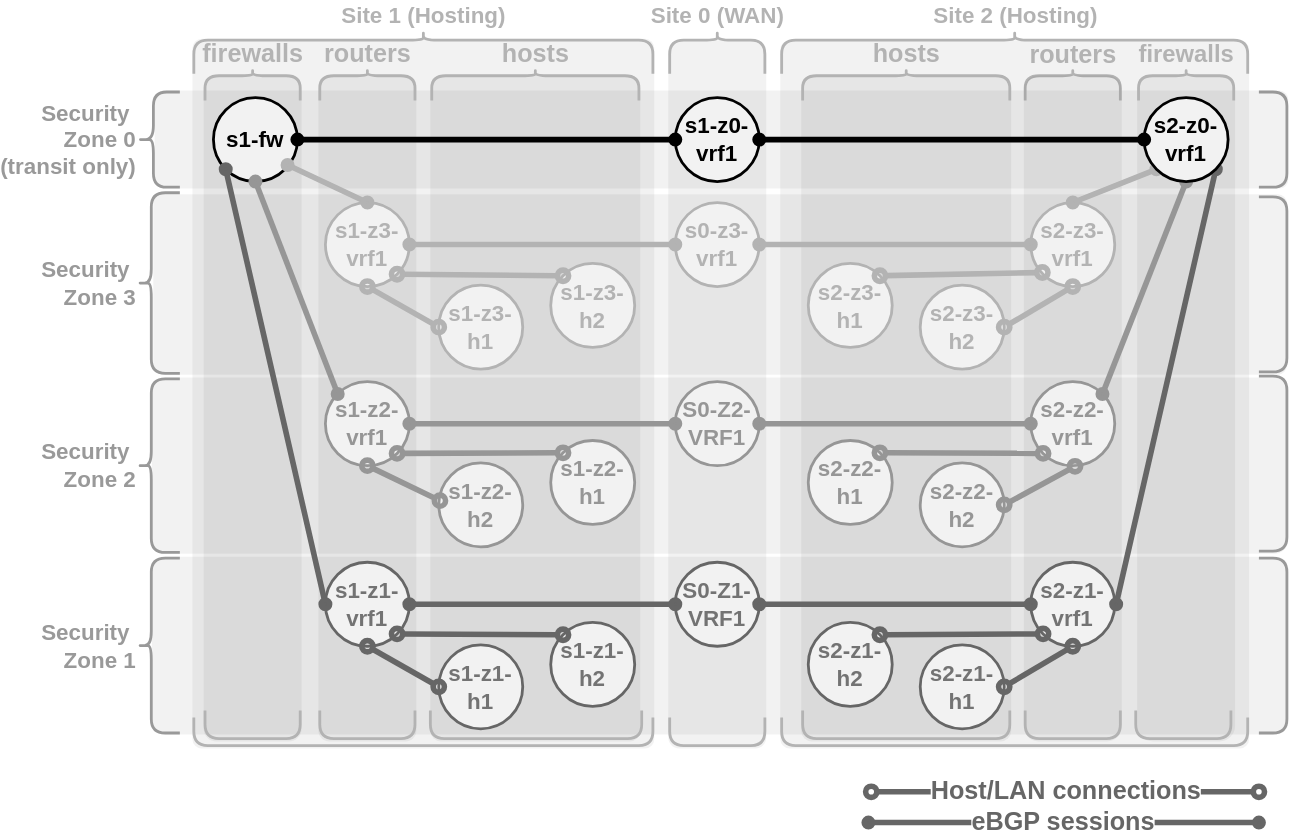
Before: pages/1/3(ecmp-symmetric)/framework-algo-2-b.drawio.svg, a diagram exported from draw.io (menckend/alpha). Source tidied: cells renumbered, new cells last; positions are measured from the earlier drawing's top-left corner, leaving out a move shared by most shapes.
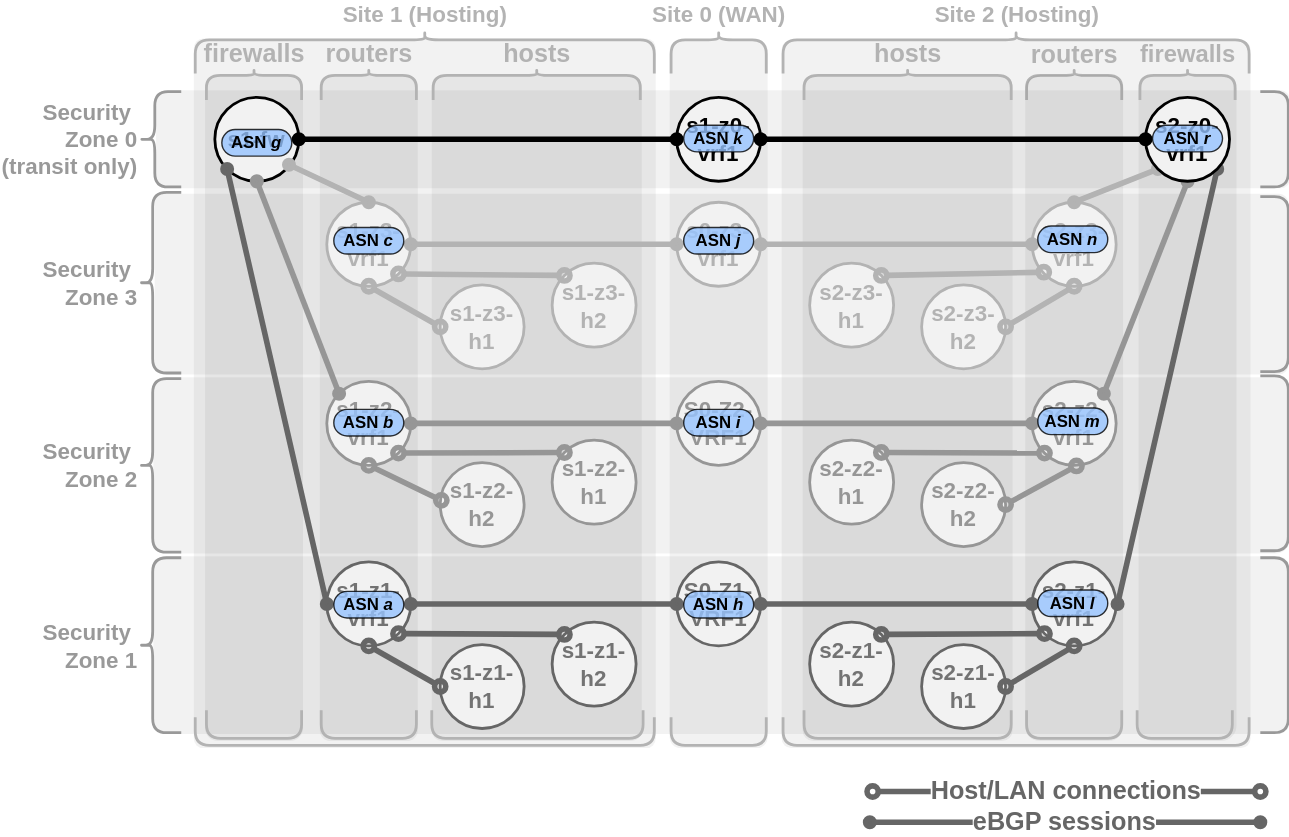
Later version of the same file.

Diff of the diagram source:
```diff
@@ -283,5 +283,44 @@
     <mxCell id="92" style="endArrow=oval;startArrow=oval;html=1;strokeWidth=4;strokeColor=#B3B3B3;startFill=1;endFill=1;fontSize=18;fontStyle=1;entryX=0.883;entryY=0.803;entryDx=0;entryDy=0;entryPerimeter=0;exitX=0.5;exitY=0;exitDx=0;exitDy=0;" parent="1" edge="1" source="49" target="83">
       <mxGeometry relative="1" as="geometry" />
     </mxCell>
+    <mxCell id="93" style="group;" parent="1" vertex="1">
+      <mxGeometry x="59" y="67" width="715" height="352" as="geometry" />
+    </mxCell>
+    <mxCell id="94" value="&lt;b&gt;ASN &lt;i&gt;a&lt;/i&gt;&lt;/b&gt;" style="rounded=1;whiteSpace=wrap;html=1;arcSize=50;opacity=80;fillColor=#96C4FF;" parent="93" vertex="1">
+      <mxGeometry x="80" y="333" width="50" height="19" as="geometry" />
+    </mxCell>
+    <mxCell id="95" value="&lt;b&gt;ASN &lt;i&gt;b&lt;/i&gt;&lt;/b&gt;" style="rounded=1;whiteSpace=wrap;html=1;arcSize=50;opacity=80;fillColor=#96C4FF;" parent="93" vertex="1">
+      <mxGeometry x="80" y="203" width="50" height="19" as="geometry" />
+    </mxCell>
+    <mxCell id="96" value="&lt;b&gt;ASN &lt;i&gt;c&lt;/i&gt;&lt;/b&gt;" style="rounded=1;whiteSpace=wrap;html=1;arcSize=50;opacity=80;fillColor=#96C4FF;" parent="93" vertex="1">
+      <mxGeometry x="80" y="73" width="50" height="19" as="geometry" />
+    </mxCell>
+    <mxCell id="97" value="&lt;b&gt;ASN &lt;i&gt;g&lt;/i&gt;&lt;/b&gt;" style="rounded=1;whiteSpace=wrap;html=1;arcSize=50;opacity=80;fillColor=#96C4FF;" parent="93" vertex="1">
+      <mxGeometry y="3" width="50" height="19" as="geometry" />
+    </mxCell>
+    <mxCell id="98" value="&lt;b&gt;ASN &lt;i&gt;h&lt;/i&gt;&lt;/b&gt;" style="rounded=1;whiteSpace=wrap;html=1;arcSize=50;opacity=80;fillColor=#96C4FF;" parent="93" vertex="1">
+      <mxGeometry x="330" y="333" width="50" height="19" as="geometry" />
+    </mxCell>
+    <mxCell id="99" value="&lt;b&gt;ASN &lt;i&gt;i&lt;/i&gt;&lt;/b&gt;" style="rounded=1;whiteSpace=wrap;html=1;arcSize=50;opacity=80;fillColor=#96C4FF;" parent="93" vertex="1">
+      <mxGeometry x="330" y="203" width="50" height="19" as="geometry" />
+    </mxCell>
+    <mxCell id="100" value="&lt;b&gt;ASN &lt;i&gt;j&lt;/i&gt;&lt;/b&gt;" style="rounded=1;whiteSpace=wrap;html=1;arcSize=50;opacity=80;fillColor=#96C4FF;" parent="93" vertex="1">
+      <mxGeometry x="330" y="73" width="50" height="19" as="geometry" />
+    </mxCell>
+    <mxCell id="101" value="&lt;b&gt;ASN &lt;i&gt;k&lt;/i&gt;&lt;/b&gt;" style="rounded=1;whiteSpace=wrap;html=1;arcSize=50;opacity=80;fillColor=#96C4FF;" parent="93" vertex="1">
+      <mxGeometry x="330" width="50" height="19" as="geometry" />
+    </mxCell>
+    <mxCell id="102" value="&lt;b&gt;ASN &lt;i&gt;l&lt;/i&gt;&lt;/b&gt;" style="rounded=1;whiteSpace=wrap;html=1;arcSize=50;opacity=80;fillColor=#96C4FF;" parent="93" vertex="1">
+      <mxGeometry x="583" y="332" width="50" height="19" as="geometry" />
+    </mxCell>
+    <mxCell id="103" value="&lt;b&gt;ASN &lt;i&gt;m&lt;/i&gt;&lt;/b&gt;" style="rounded=1;whiteSpace=wrap;html=1;arcSize=50;opacity=80;fillColor=#96C4FF;" parent="93" vertex="1">
+      <mxGeometry x="583" y="202" width="50" height="19" as="geometry" />
+    </mxCell>
+    <mxCell id="104" value="&lt;b&gt;ASN &lt;i&gt;n&lt;/i&gt;&lt;/b&gt;" style="rounded=1;whiteSpace=wrap;html=1;arcSize=50;opacity=80;fillColor=#96C4FF;" parent="93" vertex="1">
+      <mxGeometry x="583" y="72" width="50" height="19" as="geometry" />
+    </mxCell>
+    <mxCell id="105" value="&lt;b&gt;ASN &lt;i&gt;r&lt;/i&gt;&lt;/b&gt;" style="rounded=1;whiteSpace=wrap;html=1;arcSize=50;opacity=80;fillColor=#96C4FF;" parent="93" vertex="1">
+      <mxGeometry x="665" width="50" height="19" as="geometry" />
+    </mxCell>
   </root>
 </mxGraphModel>
```
